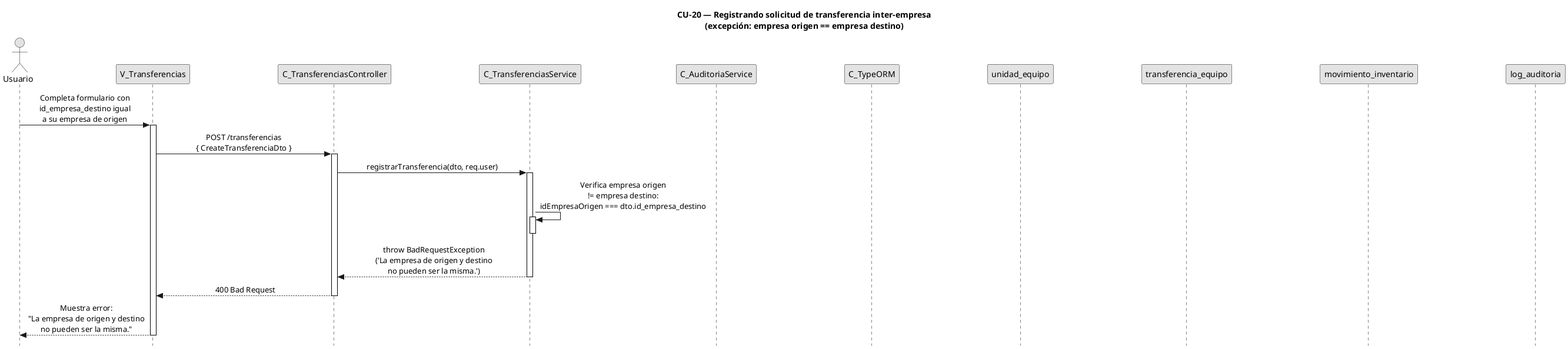
This is diagramas/diagramas-secuencia/CU20/CU20-exc-campos-invalidos.png from FSM-Finet-y-Cable-Magico/Team_1-Inventario-y-Bodega, a PlantUML export, as it was before one commit. Source of this version:
```plantuml
@startuml CU20-exc-campos-invalidos
title CU-20 — Registrando solicitud de transferencia inter-empresa\n(excepción: empresa origen == empresa destino)

skinparam style strictuml
skinparam monochrome true
skinparam shadowing false
skinparam sequenceMessageAlign center
skinparam ParticipantPadding 70
skinparam ActorPadding 30
skinparam sequence {
  MessageAlign center
  LifeLineBorderColor black
}
hide footbox

actor "Usuario" as user
participant "V_Transferencias" as view
participant "C_TransferenciasController" as ctrl
participant "C_TransferenciasService" as svc
participant "C_AuditoriaService" as aud
participant "C_TypeORM" as orm
participant "unidad_equipo" as uent
participant "transferencia_equipo" as tent
participant "movimiento_inventario" as ment
participant "log_auditoria" as aent

user -> view : Completa formulario con\nid_empresa_destino igual\na su empresa de origen
activate view

view -> ctrl : POST /transferencias\n{ CreateTransferenciaDto }
activate ctrl

ctrl -> svc : registrarTransferencia(dto, req.user)
activate svc

svc -> svc : Verifica empresa origen\n!= empresa destino:\nidEmpresaOrigen === dto.id_empresa_destino
activate svc
deactivate svc

svc --> ctrl : throw BadRequestException\n('La empresa de origen y destino\nno pueden ser la misma.')
deactivate svc

ctrl --> view : 400 Bad Request
deactivate ctrl

view --> user : Muestra error:\n"La empresa de origen y destino\nno pueden ser la misma."
deactivate view

@enduml
```
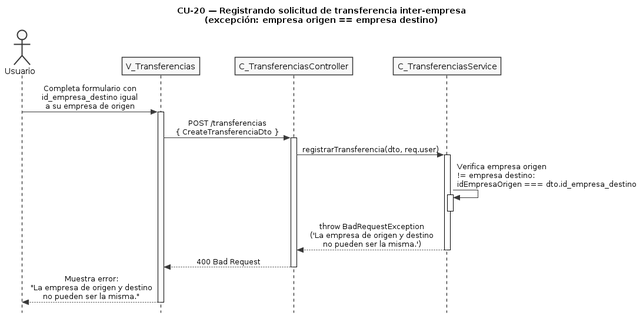
Above is the later version.

Diff of the diagram source:
```diff
@@ -5,8 +5,8 @@
 skinparam monochrome true
 skinparam shadowing false
 skinparam sequenceMessageAlign center
-skinparam ParticipantPadding 70
-skinparam ActorPadding 30
+skinparam ParticipantPadding 25
+skinparam ActorPadding 20
 skinparam sequence {
   MessageAlign center
   LifeLineBorderColor black
@@ -17,12 +17,6 @@
 participant "V_Transferencias" as view
 participant "C_TransferenciasController" as ctrl
 participant "C_TransferenciasService" as svc
-participant "C_AuditoriaService" as aud
-participant "C_TypeORM" as orm
-participant "unidad_equipo" as uent
-participant "transferencia_equipo" as tent
-participant "movimiento_inventario" as ment
-participant "log_auditoria" as aent
 
 user -> view : Completa formulario con\nid_empresa_destino igual\na su empresa de origen
 activate view
```
